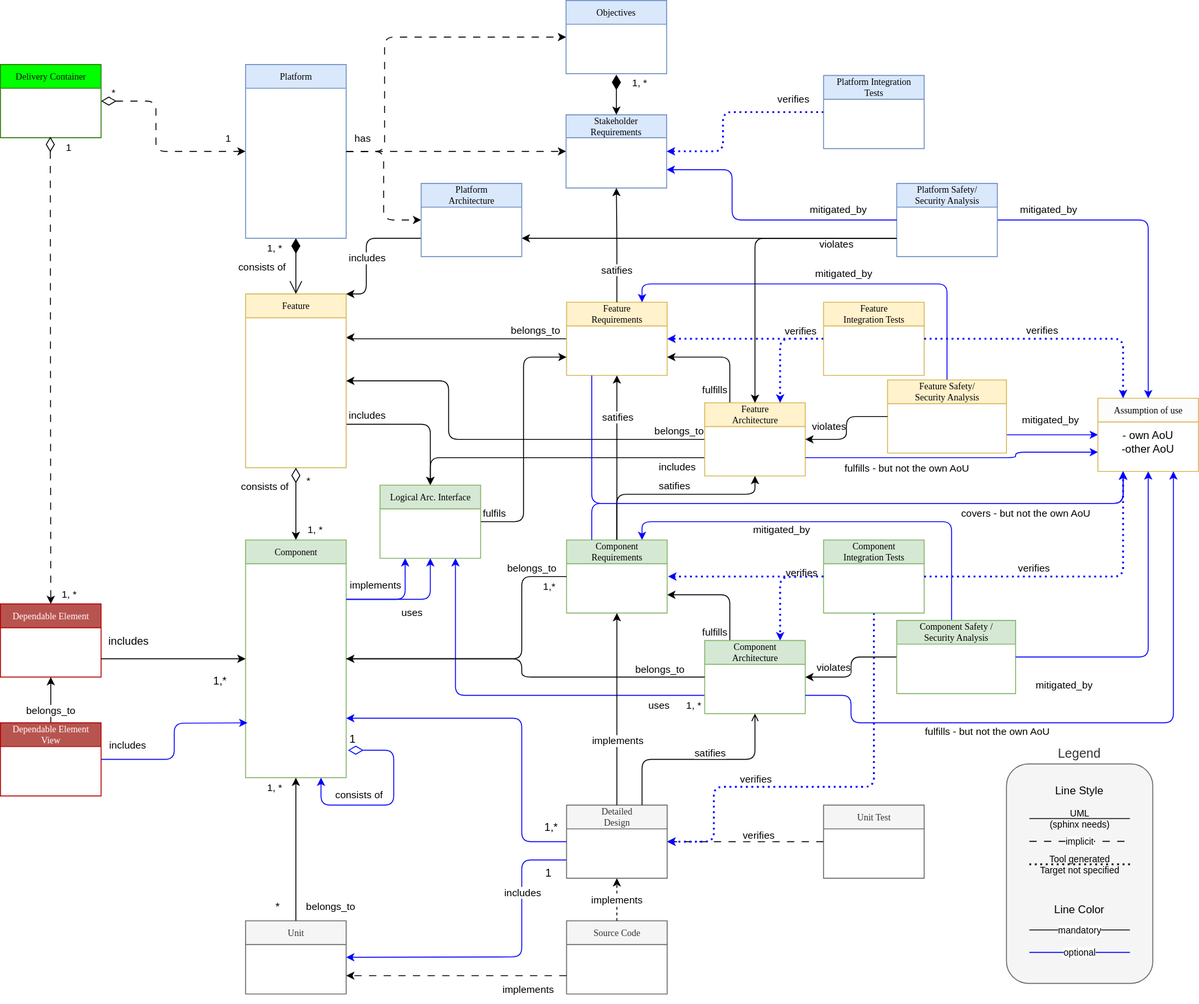
The draw.io diagram pr-633/_images/score_building_blocks_meta_model.drawio.svg in eclipse-score/process_description, before a commit. Source tidied: cells renumbered, new cells last; positions are measured from the earlier drawing's top-left corner, leaving out a move shared by most shapes.
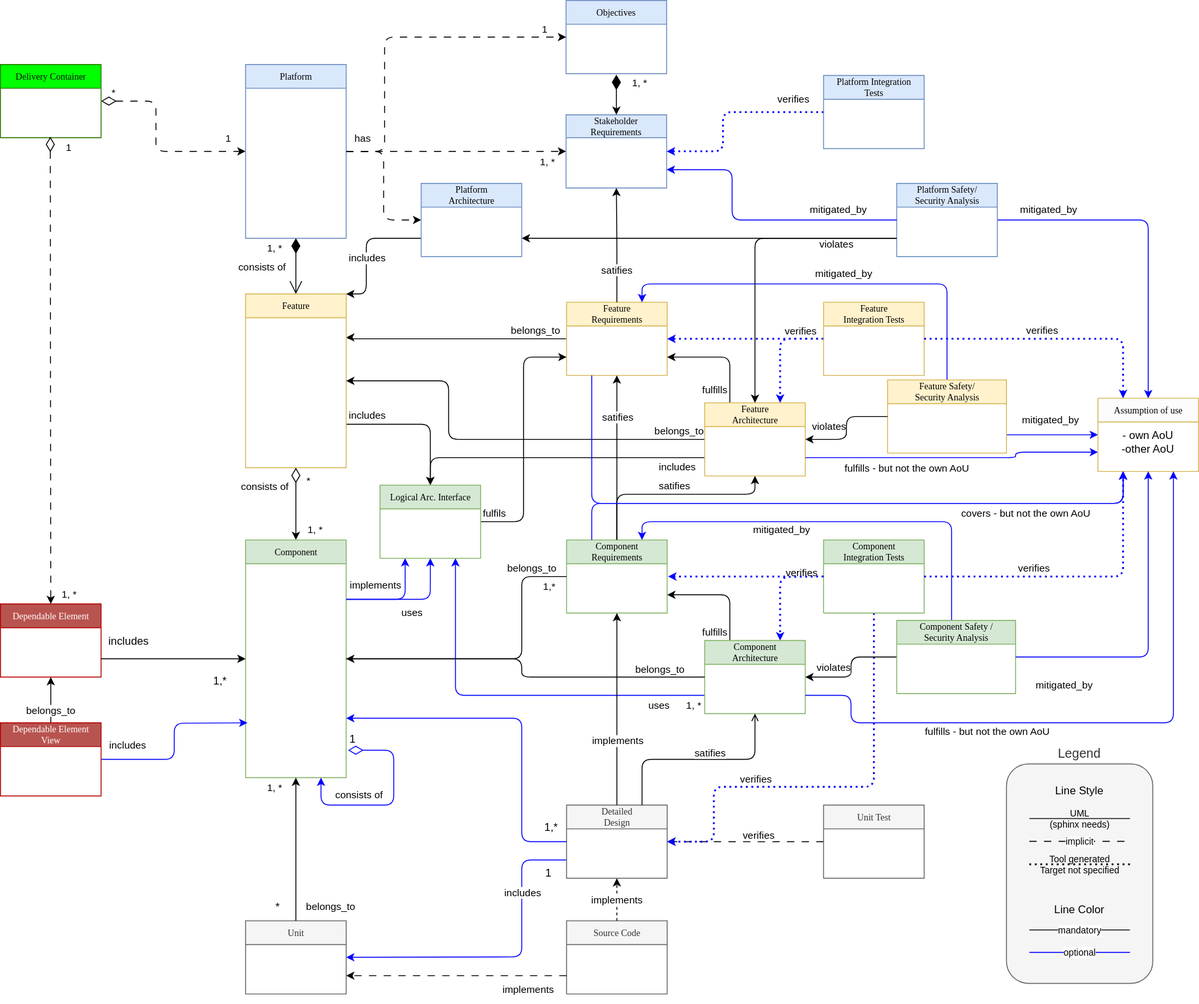
After the commit.

Diff of the diagram source:
```diff
@@ -154,6 +154,9 @@
     <mxCell id="35" style="rounded=1;jettySize=auto;html=1;entryX=0;entryY=0.5;entryDx=0;entryDy=0;dashed=1;dashPattern=8 8;exitX=1;exitY=0.5;exitDx=0;exitDy=0;" parent="1" edge="1" source="37" target="32">
       <mxGeometry relative="1" as="geometry" />
     </mxCell>
+    <mxCell id="144" value="1, *" style="edgeLabel;html=1;align=center;verticalAlign=top;" parent="35" vertex="1">
+      <mxGeometry x="0.82" y="1" relative="1" as="geometry" />
+    </mxCell>
     <mxCell id="36" style="edgeStyle=orthogonalEdgeStyle;html=1;exitX=1;exitY=0.5;exitDx=0;exitDy=0;entryX=0;entryY=0.5;entryDx=0;entryDy=0;rounded=1;dashed=1;dashPattern=8 8;strokeColor=default;align=center;verticalAlign=middle;fontFamily=Helvetica;fontSize=11;fontColor=default;labelBackgroundColor=default;endArrow=classic;" parent="1" edge="1" source="37" target="141">
       <mxGeometry relative="1" as="geometry" />
     </mxCell>
@@ -189,6 +192,9 @@
         </Array>
       </mxGeometry>
     </mxCell>
+    <mxCell id="145" value="1" style="edgeLabel;html=1;align=center;verticalAlign=bottom;" parent="43" vertex="1">
+      <mxGeometry x="0.87" relative="1" as="geometry" />
+    </mxCell>
     <mxCell id="44" value="1, *" style="endArrow=classic;html=1;endSize=6;startArrow=diamondThin;startSize=14;startFill=1;edgeStyle=orthogonalEdgeStyle;align=left;verticalAlign=bottom;rounded=0;entryX=0.5;entryY=0;entryDx=0;entryDy=0;endFill=1;" parent="1" edge="1" target="32">
       <mxGeometry x="-0.2" y="16" relative="1" as="geometry">
         <mxPoint x="673.5" y="81" as="sourcePoint" />
```
